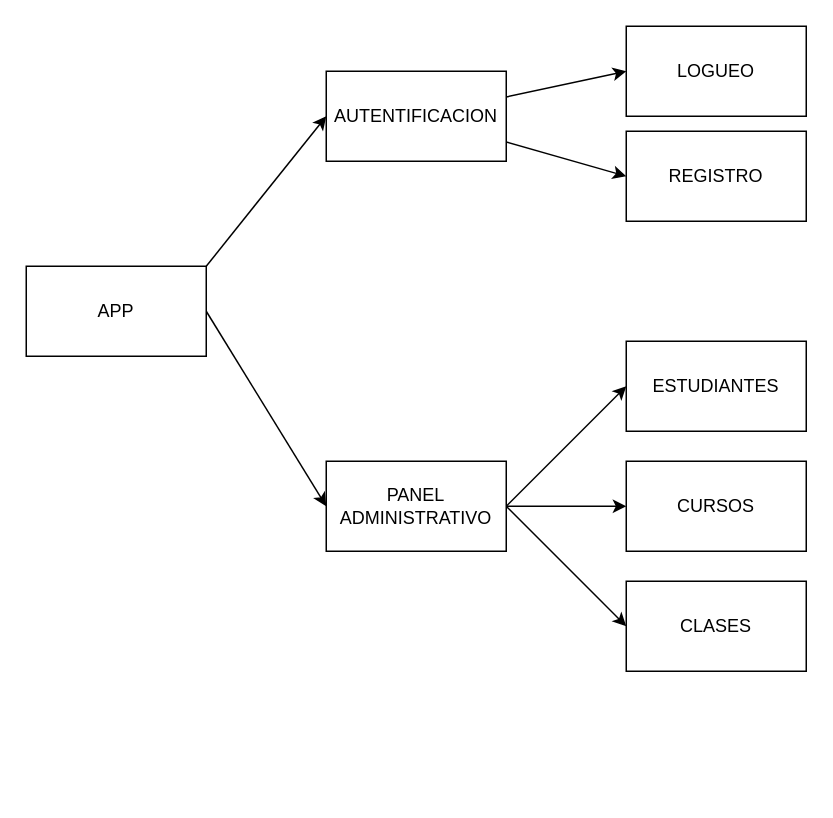
Soloducha/1PF-Soloducha-Angular keeps this draw.io diagram as docs/mapa.drawio. Above is the earlier version. Source tidied: cells renumbered, new cells numbered last; positions are measured from the earlier drawing's top-left corner, leaving out a move shared by most shapes. Both pictures are drawn from the tidied source at 150%, with x=0, y=0 at pixel (26, 26).
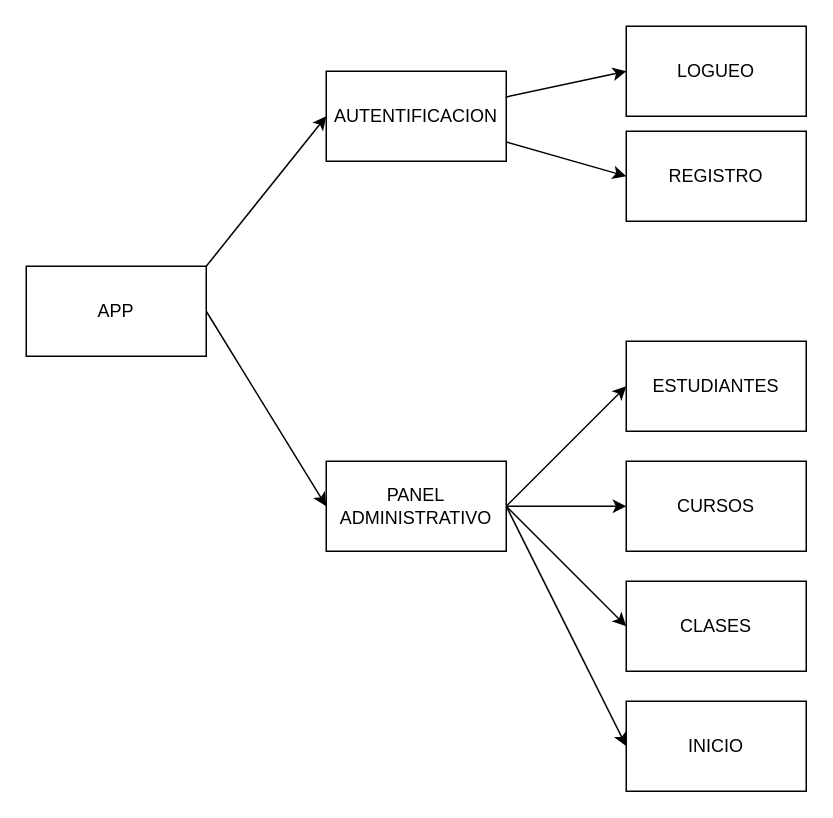
The same diagram, later.

Change to the diagram source:
```diff
@@
 <mxGraphModel>
   <root>
     <mxCell id="0" />
     <mxCell id="1" parent="0" />
     <mxCell id="2" style="edgeStyle=none;html=1;exitX=1;exitY=0;exitDx=0;exitDy=0;entryX=0;entryY=0.5;entryDx=0;entryDy=0;" parent="1" edge="1" source="4" target="9">
       <mxGeometry relative="1" as="geometry" />
     </mxCell>
     <mxCell id="3" style="edgeStyle=none;html=1;exitX=1;exitY=0.5;exitDx=0;exitDy=0;entryX=0;entryY=0.5;entryDx=0;entryDy=0;" parent="1" edge="1" source="4" target="13">
       <mxGeometry relative="1" as="geometry" />
     </mxCell>
     <mxCell id="4" value="APP" style="rounded=0;whiteSpace=wrap;html=1;" parent="1" vertex="1">
       <mxGeometry y="160" width="120" height="60" as="geometry" />
     </mxCell>
     <mxCell id="5" value="LOGUEO" style="rounded=0;whiteSpace=wrap;html=1;" parent="1" vertex="1">
       <mxGeometry x="400" width="120" height="60" as="geometry" />
     </mxCell>
     <mxCell id="6" value="REGISTRO" style="rounded=0;whiteSpace=wrap;html=1;" parent="1" vertex="1">
       <mxGeometry x="400" y="70" width="120" height="60" as="geometry" />
     </mxCell>
     <mxCell id="7" style="edgeStyle=none;html=1;entryX=0;entryY=0.5;entryDx=0;entryDy=0;" parent="1" edge="1" source="9" target="5">
       <mxGeometry relative="1" as="geometry" />
     </mxCell>
     <mxCell id="8" style="edgeStyle=none;html=1;entryX=0;entryY=0.5;entryDx=0;entryDy=0;" parent="1" edge="1" source="9" target="6">
       <mxGeometry relative="1" as="geometry" />
     </mxCell>
     <mxCell id="9" value="AUTENTIFICACION" style="rounded=0;whiteSpace=wrap;html=1;" parent="1" vertex="1">
       <mxGeometry x="200" y="30" width="120" height="60" as="geometry" />
     </mxCell>
     <mxCell id="10" style="edgeStyle=none;html=1;exitX=1;exitY=0.5;exitDx=0;exitDy=0;entryX=0;entryY=0.5;entryDx=0;entryDy=0;" parent="1" edge="1" source="13" target="15">
       <mxGeometry relative="1" as="geometry" />
     </mxCell>
     <mxCell id="11" style="edgeStyle=none;html=1;exitX=1;exitY=0.5;exitDx=0;exitDy=0;entryX=0;entryY=0.5;entryDx=0;entryDy=0;" parent="1" edge="1" source="13" target="16">
       <mxGeometry relative="1" as="geometry" />
     </mxCell>
     <mxCell id="12" style="edgeStyle=none;html=1;exitX=1;exitY=0.5;exitDx=0;exitDy=0;entryX=0;entryY=0.5;entryDx=0;entryDy=0;" parent="1" edge="1" source="13" target="14">
       <mxGeometry relative="1" as="geometry" />
     </mxCell>
+    <mxCell id="17" style="edgeStyle=none;html=1;entryX=0;entryY=0.5;entryDx=0;entryDy=0;exitX=1;exitY=0.5;exitDx=0;exitDy=0;" parent="1" edge="1" source="13" target="18">
+      <mxGeometry relative="1" as="geometry" />
+    </mxCell>
     <mxCell id="13" value="PANEL ADMINISTRATIVO" style="rounded=0;whiteSpace=wrap;html=1;" parent="1" vertex="1">
       <mxGeometry x="200" y="290" width="120" height="60" as="geometry" />
     </mxCell>
     <mxCell id="14" value="CLASES" style="rounded=0;whiteSpace=wrap;html=1;" parent="1" vertex="1">
       <mxGeometry x="400" y="370" width="120" height="60" as="geometry" />
     </mxCell>
     <mxCell id="15" value="ESTUDIANTES" style="rounded=0;whiteSpace=wrap;html=1;" parent="1" vertex="1">
       <mxGeometry x="400" y="210" width="120" height="60" as="geometry" />
     </mxCell>
     <mxCell id="16" value="CURSOS" style="rounded=0;whiteSpace=wrap;html=1;" parent="1" vertex="1">
       <mxGeometry x="400" y="290" width="120" height="60" as="geometry" />
     </mxCell>
+    <mxCell id="18" value="INICIO" style="rounded=0;whiteSpace=wrap;html=1;" parent="1" vertex="1">
+      <mxGeometry x="400" y="450" width="120" height="60" as="geometry" />
+    </mxCell>
   </root>
 </mxGraphModel>
```
